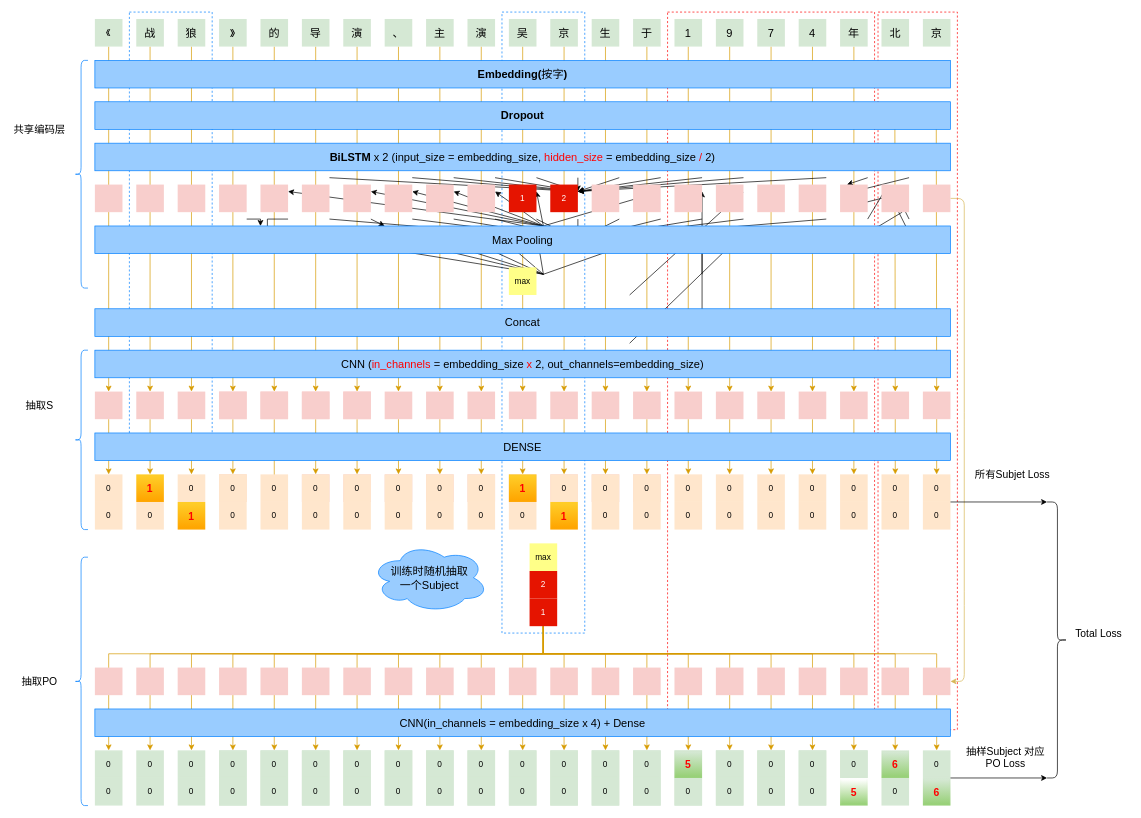
This is 99_resources/11_img/Untitled Diagram.drawio from dataml-cn/playground, a draw.io file, before an edit. Source tidied: cells renumbered, new cells numbered last; positions are measured from the earlier drawing's top-left corner, leaving out a move shared by most shapes. Both pictures are drawn from the tidied source at 69%, with x=0, y=0 at pixel (12, 12).
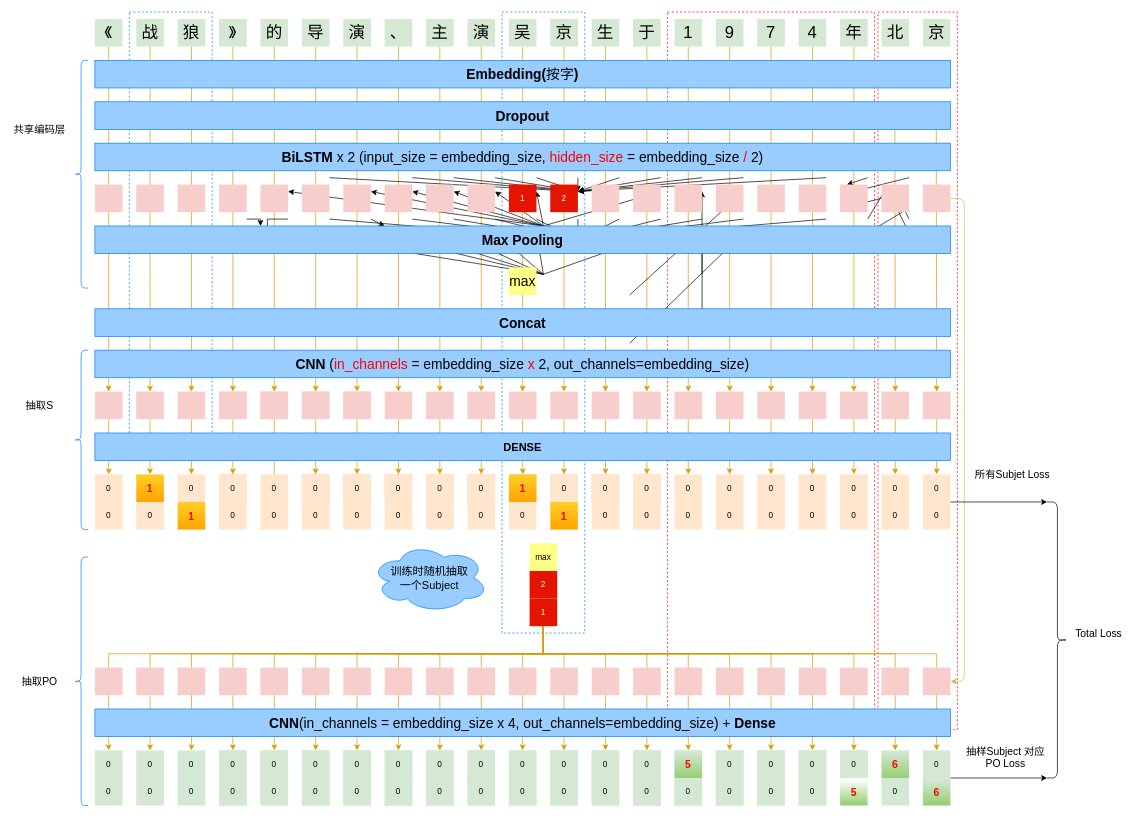
After the change.

Change to the diagram source:
```diff
@@
-    <mxCell id="67" value="&lt;font style=&quot;font-size: 14px&quot;&gt;《&lt;/font&gt;" style="shape=ext;double=1;rounded=0;whiteSpace=wrap;html=1;fillColor=#d5e8d4;strokeColor=none;" parent="1" vertex="1">
+    <mxCell id="67" value="&lt;font style=&quot;font-size: 24px;&quot;&gt;《&lt;/font&gt;" style="shape=ext;double=1;rounded=0;whiteSpace=wrap;html=1;fillColor=#d5e8d4;strokeColor=none;fontSize=24;" parent="1" vertex="1">
       <mxGeometry x="120" y="10" width="40" height="40" as="geometry" />
     </mxCell>
-    <mxCell id="68" value="&lt;font style=&quot;font-size: 16px&quot;&gt;战&lt;/font&gt;" style="shape=ext;double=1;rounded=0;whiteSpace=wrap;html=1;fillColor=#d5e8d4;strokeColor=none;" parent="1" vertex="1">
+    <mxCell id="68" value="&lt;font style=&quot;font-size: 24px;&quot;&gt;战&lt;/font&gt;" style="shape=ext;double=1;rounded=0;whiteSpace=wrap;html=1;fillColor=#d5e8d4;strokeColor=none;fontSize=24;" parent="1" vertex="1">
       <mxGeometry x="180" y="10" width="40" height="40" as="geometry" />
     </mxCell>
-    <mxCell id="69" value="&lt;font style=&quot;font-size: 16px&quot;&gt;狼&lt;/font&gt;" style="shape=ext;double=1;rounded=0;whiteSpace=wrap;html=1;fillColor=#d5e8d4;strokeColor=none;" parent="1" vertex="1">
+    <mxCell id="69" value="&lt;font style=&quot;font-size: 24px;&quot;&gt;狼&lt;/font&gt;" style="shape=ext;double=1;rounded=0;whiteSpace=wrap;html=1;fillColor=#d5e8d4;strokeColor=none;fontSize=24;" parent="1" vertex="1">
       <mxGeometry x="240" y="10" width="40" height="40" as="geometry" />
     </mxCell>
-    <mxCell id="70" value="&lt;font style=&quot;font-size: 16px&quot;&gt;》&lt;/font&gt;" style="shape=ext;double=1;rounded=0;whiteSpace=wrap;html=1;fillColor=#d5e8d4;strokeColor=none;" parent="1" vertex="1">
+    <mxCell id="70" value="&lt;font style=&quot;font-size: 24px;&quot;&gt;》&lt;/font&gt;" style="shape=ext;double=1;rounded=0;whiteSpace=wrap;html=1;fillColor=#d5e8d4;strokeColor=none;fontSize=24;" parent="1" vertex="1">
       <mxGeometry x="300" y="10" width="40" height="40" as="geometry" />
     </mxCell>
-    <mxCell id="71" value="&lt;font style=&quot;font-size: 16px&quot;&gt;主&lt;/font&gt;" style="shape=ext;double=1;rounded=0;whiteSpace=wrap;html=1;fillColor=#d5e8d4;strokeColor=none;" parent="1" vertex="1">
+    <mxCell id="71" value="&lt;font style=&quot;font-size: 24px;&quot;&gt;主&lt;/font&gt;" style="shape=ext;double=1;rounded=0;whiteSpace=wrap;html=1;fillColor=#d5e8d4;strokeColor=none;fontSize=24;" parent="1" vertex="1">
       <mxGeometry x="600" y="10" width="40" height="40" as="geometry" />
     </mxCell>
-    <mxCell id="72" value="&lt;font style=&quot;font-size: 16px&quot;&gt;演&lt;/font&gt;" style="shape=ext;double=1;rounded=0;whiteSpace=wrap;html=1;fillColor=#d5e8d4;strokeColor=none;" parent="1" vertex="1">
+    <mxCell id="72" value="&lt;font style=&quot;font-size: 24px;&quot;&gt;演&lt;/font&gt;" style="shape=ext;double=1;rounded=0;whiteSpace=wrap;html=1;fillColor=#d5e8d4;strokeColor=none;fontSize=24;" parent="1" vertex="1">
       <mxGeometry x="660" y="10" width="40" height="40" as="geometry" />
     </mxCell>
-    <mxCell id="73" value="&lt;font style=&quot;font-size: 16px&quot;&gt;吴&lt;/font&gt;" style="shape=ext;double=1;rounded=0;whiteSpace=wrap;html=1;fillColor=#d5e8d4;strokeColor=none;" parent="1" vertex="1">
+    <mxCell id="73" value="&lt;font style=&quot;font-size: 24px;&quot;&gt;吴&lt;/font&gt;" style="shape=ext;double=1;rounded=0;whiteSpace=wrap;html=1;fillColor=#d5e8d4;strokeColor=none;fontSize=24;" parent="1" vertex="1">
       <mxGeometry x="720" y="10" width="40" height="40" as="geometry" />
     </mxCell>
-    <mxCell id="74" value="&lt;font style=&quot;font-size: 16px&quot;&gt;京&lt;/font&gt;" style="shape=ext;double=1;rounded=0;whiteSpace=wrap;html=1;fillColor=#d5e8d4;strokeColor=none;" parent="1" vertex="1">
+    <mxCell id="74" value="&lt;font style=&quot;font-size: 24px;&quot;&gt;京&lt;/font&gt;" style="shape=ext;double=1;rounded=0;whiteSpace=wrap;html=1;fillColor=#d5e8d4;strokeColor=none;fontSize=24;" parent="1" vertex="1">
       <mxGeometry x="780" y="10" width="40" height="40" as="geometry" />
     </mxCell>
-    <mxCell id="75" value="&lt;font style=&quot;font-size: 16px&quot;&gt;生&lt;/font&gt;" style="shape=ext;double=1;rounded=0;whiteSpace=wrap;html=1;fillColor=#d5e8d4;strokeColor=none;" parent="1" vertex="1">
+    <mxCell id="75" value="&lt;font style=&quot;font-size: 24px;&quot;&gt;生&lt;/font&gt;" style="shape=ext;double=1;rounded=0;whiteSpace=wrap;html=1;fillColor=#d5e8d4;strokeColor=none;fontSize=24;" parent="1" vertex="1">
       <mxGeometry x="840" y="10" width="40" height="40" as="geometry" />
     </mxCell>
-    <mxCell id="76" value="&lt;font style=&quot;font-size: 16px&quot;&gt;于&lt;/font&gt;" style="shape=ext;double=1;rounded=0;whiteSpace=wrap;html=1;fillColor=#d5e8d4;strokeColor=none;" parent="1" vertex="1">
+    <mxCell id="76" value="&lt;font style=&quot;font-size: 24px;&quot;&gt;于&lt;/font&gt;" style="shape=ext;double=1;rounded=0;whiteSpace=wrap;html=1;fillColor=#d5e8d4;strokeColor=none;fontSize=24;" parent="1" vertex="1">
       <mxGeometry x="900" y="10" width="40" height="40" as="geometry" />
     </mxCell>
-    <mxCell id="77" value="&lt;font style=&quot;font-size: 16px&quot;&gt;1&lt;/font&gt;" style="shape=ext;double=1;rounded=0;whiteSpace=wrap;html=1;fillColor=#d5e8d4;strokeColor=none;" parent="1" vertex="1">
+    <mxCell id="77" value="&lt;font style=&quot;font-size: 24px;&quot;&gt;1&lt;/font&gt;" style="shape=ext;double=1;rounded=0;whiteSpace=wrap;html=1;fillColor=#d5e8d4;strokeColor=none;fontSize=24;" parent="1" vertex="1">
       <mxGeometry x="960" y="10" width="40" height="40" as="geometry" />
     </mxCell>
-    <mxCell id="78" value="&lt;font style=&quot;font-size: 16px&quot;&gt;7&lt;/font&gt;" style="shape=ext;double=1;rounded=0;whiteSpace=wrap;html=1;fillColor=#d5e8d4;strokeColor=none;" parent="1" vertex="1">
+    <mxCell id="78" value="&lt;font style=&quot;font-size: 24px;&quot;&gt;7&lt;/font&gt;" style="shape=ext;double=1;rounded=0;whiteSpace=wrap;html=1;fillColor=#d5e8d4;strokeColor=none;fontSize=24;" parent="1" vertex="1">
       <mxGeometry x="1080" y="10" width="40" height="40" as="geometry" />
     </mxCell>
-    <mxCell id="79" value="&lt;font style=&quot;font-size: 16px&quot;&gt;9&lt;/font&gt;" style="shape=ext;double=1;rounded=0;whiteSpace=wrap;html=1;fillColor=#d5e8d4;strokeColor=none;" parent="1" vertex="1">
+    <mxCell id="79" value="&lt;font style=&quot;font-size: 24px;&quot;&gt;9&lt;/font&gt;" style="shape=ext;double=1;rounded=0;whiteSpace=wrap;html=1;fillColor=#d5e8d4;strokeColor=none;fontSize=24;" parent="1" vertex="1">
       <mxGeometry x="1020" y="10" width="40" height="40" as="geometry" />
     </mxCell>
-    <mxCell id="80" value="&lt;font style=&quot;font-size: 16px&quot;&gt;4&lt;/font&gt;" style="shape=ext;double=1;rounded=0;whiteSpace=wrap;html=1;fillColor=#d5e8d4;strokeColor=none;" parent="1" vertex="1">
+    <mxCell id="80" value="&lt;font style=&quot;font-size: 24px;&quot;&gt;4&lt;/font&gt;" style="shape=ext;double=1;rounded=0;whiteSpace=wrap;html=1;fillColor=#d5e8d4;strokeColor=none;fontSize=24;" parent="1" vertex="1">
       <mxGeometry x="1140" y="10" width="40" height="40" as="geometry" />
     </mxCell>
-    <mxCell id="81" value="&lt;font style=&quot;font-size: 16px&quot;&gt;年&lt;/font&gt;" style="shape=ext;double=1;rounded=0;whiteSpace=wrap;html=1;fillColor=#d5e8d4;strokeColor=none;" parent="1" vertex="1">
+    <mxCell id="81" value="&lt;font style=&quot;font-size: 24px;&quot;&gt;年&lt;/font&gt;" style="shape=ext;double=1;rounded=0;whiteSpace=wrap;html=1;fillColor=#d5e8d4;strokeColor=none;fontSize=24;" parent="1" vertex="1">
       <mxGeometry x="1200" y="10" width="40" height="40" as="geometry" />
     </mxCell>
-    <mxCell id="82" value="&lt;font style=&quot;font-size: 16px&quot;&gt;的&lt;/font&gt;" style="shape=ext;double=1;rounded=0;whiteSpace=wrap;html=1;fillColor=#d5e8d4;strokeColor=none;" parent="1" vertex="1">
+    <mxCell id="82" value="&lt;font style=&quot;font-size: 24px;&quot;&gt;的&lt;/font&gt;" style="shape=ext;double=1;rounded=0;whiteSpace=wrap;html=1;fillColor=#d5e8d4;strokeColor=none;fontSize=24;" parent="1" vertex="1">
       <mxGeometry x="360" y="10" width="40" height="40" as="geometry" />
     </mxCell>
@@
-    <mxCell id="268" value="&lt;font style=&quot;font-size: 16px&quot;&gt;北&lt;/font&gt;" style="shape=ext;double=1;rounded=0;whiteSpace=wrap;html=1;fillColor=#d5e8d4;strokeColor=none;" parent="1" vertex="1">
+    <mxCell id="268" value="&lt;font style=&quot;font-size: 24px;&quot;&gt;北&lt;/font&gt;" style="shape=ext;double=1;rounded=0;whiteSpace=wrap;html=1;fillColor=#d5e8d4;strokeColor=none;fontSize=24;" parent="1" vertex="1">
       <mxGeometry x="1260" y="10" width="40" height="40" as="geometry" />
     </mxCell>
-    <mxCell id="269" value="&lt;font style=&quot;font-size: 16px&quot;&gt;京&lt;/font&gt;" style="shape=ext;double=1;rounded=0;whiteSpace=wrap;html=1;fillColor=#d5e8d4;strokeColor=none;" parent="1" vertex="1">
+    <mxCell id="269" value="&lt;font style=&quot;font-size: 24px;&quot;&gt;京&lt;/font&gt;" style="shape=ext;double=1;rounded=0;whiteSpace=wrap;html=1;fillColor=#d5e8d4;strokeColor=none;fontSize=24;" parent="1" vertex="1">
       <mxGeometry x="1320" y="10" width="40" height="40" as="geometry" />
     </mxCell>
@@
-    <mxCell id="292" value="&lt;font style=&quot;font-size: 16px&quot;&gt;&lt;b&gt;Embedding(&lt;/b&gt;按字&lt;b&gt;)&lt;/b&gt;&lt;/font&gt;" style="rounded=0;whiteSpace=wrap;html=1;shadow=0;glass=0;sketch=0;strokeColor=#007FFF;gradientColor=none;fillColor=#99CCFF;" parent="1" vertex="1">
+    <mxCell id="292" value="&lt;font style=&quot;font-size: 20px;&quot;&gt;&lt;b style=&quot;font-size: 20px;&quot;&gt;Embedding(&lt;/b&gt;按字&lt;b style=&quot;font-size: 20px;&quot;&gt;)&lt;/b&gt;&lt;/font&gt;" style="rounded=0;whiteSpace=wrap;html=1;shadow=0;glass=0;sketch=0;strokeColor=#007FFF;gradientColor=none;fillColor=#99CCFF;fontSize=20;" parent="1" vertex="1">
       <mxGeometry x="120" y="70" width="1240" height="40" as="geometry" />
     </mxCell>
-    <mxCell id="293" value="&lt;font style=&quot;font-size: 16px&quot;&gt;CNN (&lt;font color=&quot;#ff0000&quot;&gt;in_channels&lt;/font&gt; = embedding_size &lt;font color=&quot;#ff0000&quot;&gt;x&lt;/font&gt; 2, out_channels=embedding_size)&lt;/font&gt;" style="rounded=0;whiteSpace=wrap;html=1;shadow=0;glass=0;sketch=0;strokeColor=#007FFF;gradientColor=none;fillColor=#99CCFF;" parent="1" vertex="1">
+    <mxCell id="293" value="&lt;font style=&quot;font-size: 20px&quot;&gt;&lt;b&gt;CNN&lt;/b&gt; (&lt;font color=&quot;#ff0000&quot; style=&quot;font-size: 20px&quot;&gt;in_channels&lt;/font&gt; = embedding_size &lt;font color=&quot;#ff0000&quot; style=&quot;font-size: 20px&quot;&gt;x&lt;/font&gt; 2, out_channels=embedding_size)&lt;/font&gt;" style="rounded=0;whiteSpace=wrap;html=1;shadow=0;glass=0;sketch=0;strokeColor=#007FFF;gradientColor=none;fillColor=#99CCFF;fontSize=20;" parent="1" vertex="1">
       <mxGeometry x="120" y="490" width="1240" height="40" as="geometry" />
     </mxCell>
-    <mxCell id="294" value="&lt;font style=&quot;font-size: 16px&quot;&gt;CNN(in_channels = embedding_size x 4) + Dense&lt;/font&gt;" style="rounded=0;whiteSpace=wrap;html=1;shadow=0;glass=0;sketch=0;strokeColor=#007FFF;gradientColor=none;fillColor=#99CCFF;" parent="1" vertex="1">
+    <mxCell id="294" value="&lt;font style=&quot;font-size: 20px&quot;&gt;&lt;b&gt;CNN&lt;/b&gt;(in_channels = embedding_size x 4, out_channels=embedding_size) + &lt;b&gt;Dense&lt;/b&gt;&lt;/font&gt;" style="rounded=0;whiteSpace=wrap;html=1;shadow=0;glass=0;sketch=0;strokeColor=#007FFF;gradientColor=none;fillColor=#99CCFF;" parent="1" vertex="1">
       <mxGeometry x="120" y="1010" width="1240" height="40" as="geometry" />
     </mxCell>
@@
-    <mxCell id="310" value="&lt;span style=&quot;font-size: 16px&quot;&gt;导&lt;/span&gt;" style="shape=ext;double=1;rounded=0;whiteSpace=wrap;html=1;fillColor=#d5e8d4;strokeColor=none;" parent="1" vertex="1">
+    <mxCell id="310" value="&lt;span style=&quot;font-size: 24px;&quot;&gt;导&lt;/span&gt;" style="shape=ext;double=1;rounded=0;whiteSpace=wrap;html=1;fillColor=#d5e8d4;strokeColor=none;fontSize=24;" parent="1" vertex="1">
       <mxGeometry x="420" y="10" width="40" height="40" as="geometry" />
     </mxCell>
-    <mxCell id="311" value="&lt;span style=&quot;font-size: 16px&quot;&gt;演&lt;/span&gt;" style="shape=ext;double=1;rounded=0;whiteSpace=wrap;html=1;fillColor=#d5e8d4;strokeColor=none;" parent="1" vertex="1">
+    <mxCell id="311" value="&lt;span style=&quot;font-size: 24px;&quot;&gt;演&lt;/span&gt;" style="shape=ext;double=1;rounded=0;whiteSpace=wrap;html=1;fillColor=#d5e8d4;strokeColor=none;fontSize=24;" parent="1" vertex="1">
       <mxGeometry x="480" y="10" width="40" height="40" as="geometry" />
     </mxCell>
-    <mxCell id="312" value="&lt;span style=&quot;font-size: 16px&quot;&gt;、&lt;/span&gt;" style="shape=ext;double=1;rounded=0;whiteSpace=wrap;html=1;fillColor=#d5e8d4;strokeColor=none;" parent="1" vertex="1">
+    <mxCell id="312" value="&lt;span style=&quot;font-size: 24px;&quot;&gt;、&lt;/span&gt;" style="shape=ext;double=1;rounded=0;whiteSpace=wrap;html=1;fillColor=#d5e8d4;strokeColor=none;fontSize=24;" parent="1" vertex="1">
       <mxGeometry x="540" y="10" width="40" height="40" as="geometry" />
     </mxCell>
@@
-    <mxCell id="333" value="&lt;span style=&quot;font-size: 16px&quot;&gt;&lt;b&gt;BiLSTM&lt;/b&gt; x 2 (input_size = embedding_size, &lt;font color=&quot;#ff0000&quot;&gt;hidden_size&lt;/font&gt; = embedding_size &lt;font color=&quot;#ff0000&quot;&gt;/&lt;/font&gt; 2)&lt;/span&gt;" style="rounded=0;whiteSpace=wrap;html=1;shadow=0;glass=0;sketch=0;strokeColor=#007FFF;gradientColor=none;fillColor=#99CCFF;" parent="1" vertex="1">
+    <mxCell id="333" value="&lt;span style=&quot;font-size: 20px;&quot;&gt;&lt;b style=&quot;font-size: 20px;&quot;&gt;BiLSTM&lt;/b&gt; x 2 (input_size = embedding_size, &lt;font color=&quot;#ff0000&quot; style=&quot;font-size: 20px;&quot;&gt;hidden_size&lt;/font&gt; = embedding_size &lt;font color=&quot;#ff0000&quot; style=&quot;font-size: 20px;&quot;&gt;/&lt;/font&gt; 2)&lt;/span&gt;" style="rounded=0;whiteSpace=wrap;html=1;shadow=0;glass=0;sketch=0;strokeColor=#007FFF;gradientColor=none;fillColor=#99CCFF;fontSize=20;" parent="1" vertex="1">
       <mxGeometry x="120" y="190" width="1240" height="40" as="geometry" />
     </mxCell>
-    <mxCell id="334" value="&lt;span style=&quot;font-size: 16px&quot;&gt;&lt;b&gt;Dropout&lt;/b&gt;&lt;/span&gt;" style="rounded=0;whiteSpace=wrap;html=1;shadow=0;glass=0;sketch=0;strokeColor=#007FFF;gradientColor=none;fillColor=#99CCFF;" parent="1" vertex="1">
+    <mxCell id="334" value="&lt;span style=&quot;font-size: 20px;&quot;&gt;&lt;b style=&quot;font-size: 20px;&quot;&gt;Dropout&lt;/b&gt;&lt;/span&gt;" style="rounded=0;whiteSpace=wrap;html=1;shadow=0;glass=0;sketch=0;strokeColor=#007FFF;gradientColor=none;fillColor=#99CCFF;fontSize=20;" parent="1" vertex="1">
       <mxGeometry x="120" y="130" width="1240" height="40" as="geometry" />
     </mxCell>
-    <mxCell id="335" value="&lt;font style=&quot;font-size: 16px&quot;&gt;DENSE&lt;/font&gt;" style="rounded=0;whiteSpace=wrap;html=1;shadow=0;glass=0;sketch=0;strokeColor=#007FFF;gradientColor=none;fillColor=#99CCFF;" parent="1" vertex="1">
+    <mxCell id="335" value="&lt;font style=&quot;font-size: 16px&quot;&gt;&lt;b&gt;DENSE&lt;/b&gt;&lt;/font&gt;" style="rounded=0;whiteSpace=wrap;html=1;shadow=0;glass=0;sketch=0;strokeColor=#007FFF;gradientColor=none;fillColor=#99CCFF;" parent="1" vertex="1">
       <mxGeometry x="120" y="610" width="1240" height="40" as="geometry" />
     </mxCell>
@@
-    <mxCell id="357" value="&lt;font style=&quot;font-size: 16px&quot;&gt;Max Pooling&lt;/font&gt;" style="rounded=0;whiteSpace=wrap;html=1;shadow=0;glass=0;sketch=0;strokeColor=#007FFF;gradientColor=none;fillColor=#99CCFF;" parent="1" vertex="1">
+    <mxCell id="357" value="&lt;font style=&quot;font-size: 20px&quot;&gt;&lt;b&gt;Max Pooling&lt;/b&gt;&lt;/font&gt;" style="rounded=0;whiteSpace=wrap;html=1;shadow=0;glass=0;sketch=0;strokeColor=#007FFF;gradientColor=none;fillColor=#99CCFF;fontSize=20;" parent="1" vertex="1">
       <mxGeometry x="120" y="310" width="1240" height="40" as="geometry" />
     </mxCell>
-    <mxCell id="358" value="max" style="shape=ext;double=1;rounded=0;whiteSpace=wrap;html=1;fillColor=#ffff88;strokeColor=none;" parent="1" vertex="1">
+    <mxCell id="358" value="max" style="shape=ext;double=1;rounded=0;whiteSpace=wrap;html=1;fillColor=#ffff88;strokeColor=none;fontSize=20;" parent="1" vertex="1">
       <mxGeometry x="720" y="370" width="40" height="40" as="geometry" />
     </mxCell>
-    <mxCell id="359" value="&lt;font style=&quot;font-size: 16px&quot;&gt;Concat&lt;/font&gt;" style="rounded=0;whiteSpace=wrap;html=1;shadow=0;glass=0;sketch=0;strokeColor=#007FFF;gradientColor=none;fillColor=#99CCFF;" parent="1" vertex="1">
+    <mxCell id="359" value="&lt;font style=&quot;font-size: 20px&quot;&gt;&lt;b&gt;Concat&lt;/b&gt;&lt;/font&gt;" style="rounded=0;whiteSpace=wrap;html=1;shadow=0;glass=0;sketch=0;strokeColor=#007FFF;gradientColor=none;fillColor=#99CCFF;fontSize=20;" parent="1" vertex="1">
       <mxGeometry x="120" y="430" width="1240" height="40" as="geometry" />
     </mxCell>
```
